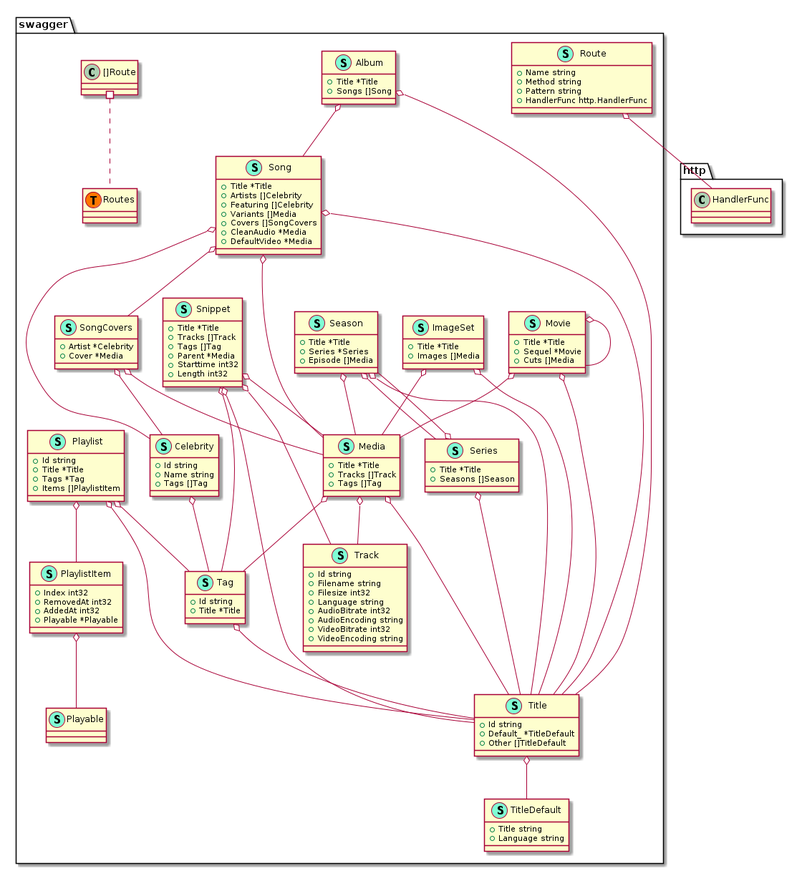
This is api/uml_diagram.png from lea-video/backend, a PlantUML export, as it was before one commit.
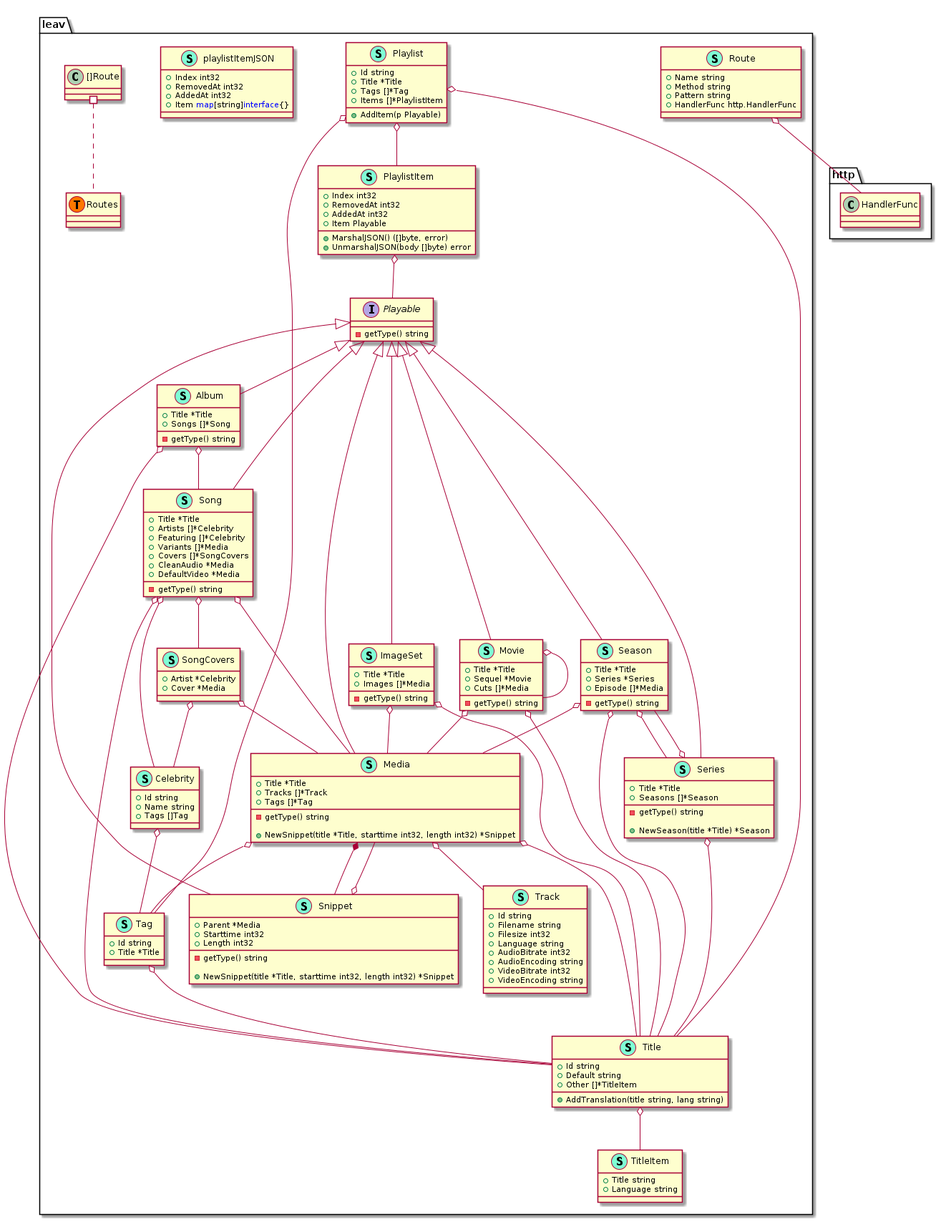
Later version of the same file.

Commit message:
Update UML-Diagram

Change to the diagram source:
```diff
@@ -1,8 +1,10 @@
 @startuml
-namespace swagger {
+namespace leav {
     class Album << (S,Aquamarine) >> {
         + Title *Title
-        + Songs []Song
+        + Songs []*Song
+
+        - getType() string
 
     }
     class Celebrity << (S,Aquamarine) >> {
@@ -13,35 +15,50 @@
     }
     class ImageSet << (S,Aquamarine) >> {
         + Title *Title
-        + Images []Media
+        + Images []*Media
+
+        - getType() string
 
     }
     class Media << (S,Aquamarine) >> {
         + Title *Title
-        + Tracks []Track
-        + Tags []Tag
+        + Tracks []*Track
+        + Tags []*Tag
+
+        - getType() string
+
+        + NewSnippet(title *Title, starttime int32, length int32) *Snippet
 
     }
     class Movie << (S,Aquamarine) >> {
         + Title *Title
         + Sequel *Movie
-        + Cuts []Media
+        + Cuts []*Media
+
+        - getType() string
 
     }
-    class Playable << (S,Aquamarine) >> {
+    interface Playable  {
+        - getType() string
+
     }
     class Playlist << (S,Aquamarine) >> {
         + Id string
         + Title *Title
-        + Tags *Tag
-        + Items []PlaylistItem
+        + Tags []*Tag
+        + Items []*PlaylistItem
+
+        + AddItem(p Playable)
 
     }
     class PlaylistItem << (S,Aquamarine) >> {
         + Index int32
         + RemovedAt int32
         + AddedAt int32
-        + Playable *Playable
+        + Item Playable
+
+        + MarshalJSON() ([]byte, error)
+        + UnmarshalJSON(body []byte) error
 
     }
     class Route << (S,Aquamarine) >> {
@@ -54,31 +71,40 @@
     class Season << (S,Aquamarine) >> {
         + Title *Title
         + Series *Series
-        + Episode []Media
+        + Episode []*Media
+
+        - getType() string
 
     }
     class Series << (S,Aquamarine) >> {
         + Title *Title
-        + Seasons []Season
+        + Seasons []*Season
+
+        - getType() string
+
+        + NewSeason(title *Title) *Season
 
     }
     class Snippet << (S,Aquamarine) >> {
-        + Title *Title
-        + Tracks []Track
-        + Tags []Tag
         + Parent *Media
         + Starttime int32
         + Length int32
 
+        - getType() string
+
+        + NewSnippet(title *Title, starttime int32, length int32) *Snippet
+
     }
     class Song << (S,Aquamarine) >> {
         + Title *Title
-        + Artists []Celebrity
-        + Featuring []Celebrity
-        + Variants []Media
-        + Covers []SongCovers
+        + Artists []*Celebrity
+        + Featuring []*Celebrity
+        + Variants []*Media
+        + Covers []*SongCovers
         + CleanAudio *Media
         + DefaultVideo *Media
+
+        - getType() string
 
     }
     class SongCovers << (S,Aquamarine) >> {
@@ -93,11 +119,13 @@
     }
     class Title << (S,Aquamarine) >> {
         + Id string
-        + Default_ *TitleDefault
-        + Other []TitleDefault
+        + Default string
+        + Other []*TitleItem
+
+        + AddTranslation(title string, lang string)
 
     }
-    class TitleDefault << (S,Aquamarine) >> {
+    class TitleItem << (S,Aquamarine) >> {
         + Title string
         + Language string
 
@@ -113,44 +141,57 @@
         + VideoEncoding string
 
     }
-    class swagger.Routes << (T, #FF7700) >>  {
+    class leav.Routes << (T, #FF7700) >>  {
+    }
+    class playlistItemJSON << (S,Aquamarine) >> {
+        + Index int32
+        + RemovedAt int32
+        + AddedAt int32
+        + Item <font color=blue>map</font>[string]<font color=blue>interface</font>{}
+
     }
 }
+"leav.Media" *-- "leav.Snippet"
 
+"leav.Playable" <|-- "leav.Album"
+"leav.Playable" <|-- "leav.ImageSet"
+"leav.Playable" <|-- "leav.Media"
+"leav.Playable" <|-- "leav.Movie"
+"leav.Playable" <|-- "leav.Season"
+"leav.Playable" <|-- "leav.Series"
+"leav.Playable" <|-- "leav.Snippet"
+"leav.Playable" <|-- "leav.Song"
 
-"swagger.Album" o-- "swagger.Song"
-"swagger.Album" o-- "swagger.Title"
-"swagger.Celebrity" o-- "swagger.Tag"
-"swagger.ImageSet" o-- "swagger.Media"
-"swagger.ImageSet" o-- "swagger.Title"
-"swagger.Media" o-- "swagger.Tag"
-"swagger.Media" o-- "swagger.Title"
-"swagger.Media" o-- "swagger.Track"
-"swagger.Movie" o-- "swagger.Media"
-"swagger.Movie" o-- "swagger.Movie"
-"swagger.Movie" o-- "swagger.Title"
-"swagger.Playlist" o-- "swagger.PlaylistItem"
-"swagger.Playlist" o-- "swagger.Tag"
-"swagger.Playlist" o-- "swagger.Title"
-"swagger.PlaylistItem" o-- "swagger.Playable"
-"swagger.Route" o-- "http.HandlerFunc"
-"swagger.Season" o-- "swagger.Media"
-"swagger.Season" o-- "swagger.Series"
-"swagger.Season" o-- "swagger.Title"
-"swagger.Series" o-- "swagger.Season"
-"swagger.Series" o-- "swagger.Title"
-"swagger.Snippet" o-- "swagger.Media"
-"swagger.Snippet" o-- "swagger.Tag"
-"swagger.Snippet" o-- "swagger.Title"
-"swagger.Snippet" o-- "swagger.Track"
-"swagger.Song" o-- "swagger.Celebrity"
-"swagger.Song" o-- "swagger.Media"
-"swagger.Song" o-- "swagger.SongCovers"
-"swagger.Song" o-- "swagger.Title"
-"swagger.SongCovers" o-- "swagger.Celebrity"
-"swagger.SongCovers" o-- "swagger.Media"
-"swagger.Tag" o-- "swagger.Title"
-"swagger.Title" o-- "swagger.TitleDefault"
+"leav.Album" o-- "leav.Song"
+"leav.Album" o-- "leav.Title"
+"leav.Celebrity" o-- "leav.Tag"
+"leav.ImageSet" o-- "leav.Media"
+"leav.ImageSet" o-- "leav.Title"
+"leav.Media" o-- "leav.Tag"
+"leav.Media" o-- "leav.Title"
+"leav.Media" o-- "leav.Track"
+"leav.Movie" o-- "leav.Media"
+"leav.Movie" o-- "leav.Movie"
+"leav.Movie" o-- "leav.Title"
+"leav.Playlist" o-- "leav.PlaylistItem"
+"leav.Playlist" o-- "leav.Tag"
+"leav.Playlist" o-- "leav.Title"
+"leav.PlaylistItem" o-- "leav.Playable"
+"leav.Route" o-- "http.HandlerFunc"
+"leav.Season" o-- "leav.Media"
+"leav.Season" o-- "leav.Series"
+"leav.Season" o-- "leav.Title"
+"leav.Series" o-- "leav.Season"
+"leav.Series" o-- "leav.Title"
+"leav.Snippet" o-- "leav.Media"
+"leav.Song" o-- "leav.Celebrity"
+"leav.Song" o-- "leav.Media"
+"leav.Song" o-- "leav.SongCovers"
+"leav.Song" o-- "leav.Title"
+"leav.SongCovers" o-- "leav.Celebrity"
+"leav.SongCovers" o-- "leav.Media"
+"leav.Tag" o-- "leav.Title"
+"leav.Title" o-- "leav.TitleItem"
 
-"swagger.[]Route" #.. "swagger.Routes"
+"leav.[]Route" #.. "leav.Routes"
 @enduml
```
